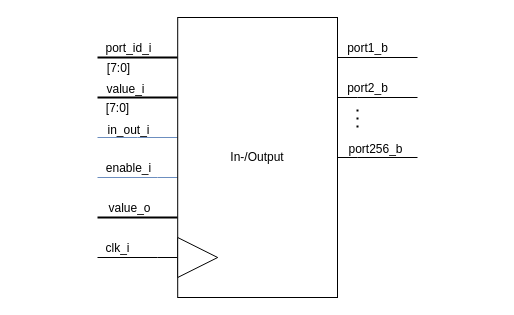
Earlier version of the draw.io diagram Blockbeschreibungen/IO_beschreibung.drawio (graefjk/RO2). Source tidied: cells renumbered, new cells numbered last; positions are measured from the earlier drawing's top-left corner, leaving out a move shared by most shapes. Both pictures are drawn from the tidied source at 100%, with x=0, y=0 at pixel (17, 17).
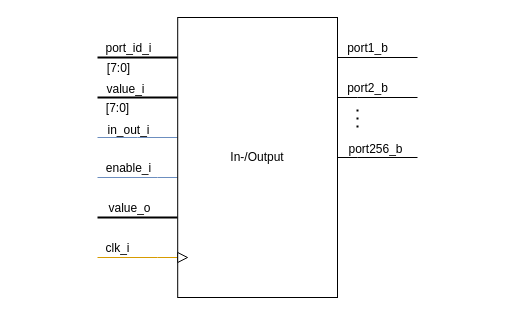
After the change.

Unchanged cells that the change refers to:
```xml
<mxCell id="22" value="In-/Output" style="rounded=0;whiteSpace=wrap;html=1;" parent="1" vertex="1">
  <mxGeometry x="160.2" width="159.8" height="280" as="geometry" />
</mxCell>
```

Diff of the diagram source:
```diff
@@
-    <mxCell id="20" style="edgeStyle=orthogonalEdgeStyle;rounded=0;jettySize=auto;html=1;endArrow=none;endFill=0;" parent="1" edge="1" source="22">
+    <mxCell id="20" style="edgeStyle=orthogonalEdgeStyle;rounded=0;jettySize=auto;html=1;endArrow=none;endFill=0;fillColor=#ffe6cc;strokeColor=#d79b00;" parent="1" edge="1" source="22">
       <mxGeometry relative="1" as="geometry">
         <mxPoint x="80" y="240" as="targetPoint" />
         <Array as="points">
           <mxPoint x="140" y="240" />
           <mxPoint x="140" y="240" />
         </Array>
       </mxGeometry>
     </mxCell>
@@
     <mxCell id="24" style="triangle;whiteSpace=wrap;html=1;" parent="1" vertex="1">
-      <mxGeometry x="160.2" y="220" width="40" height="40" as="geometry" />
+      <mxGeometry x="160.2" y="235" width="9.8" height="10" as="geometry" />
     </mxCell>
```
